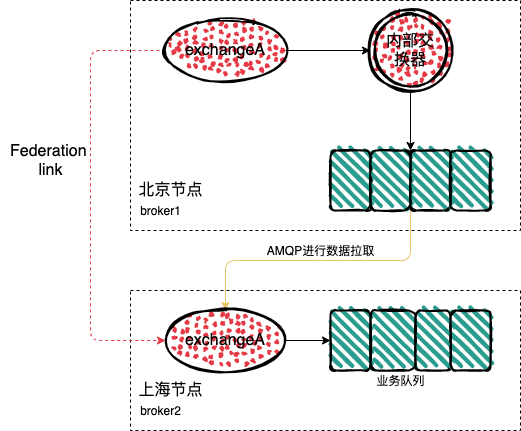
Above: img/mq-rabbitmq-federation-link.png in boilingfrog/Go-POINT (draw.io), before the change. Source tidied: cells renumbered, new cells last; positions are measured from the earlier drawing's top-left corner, leaving out a move shared by most shapes. The source it was exported from:
```xml
<mxGraphModel>
  <root>
    <mxCell id="0" />
    <mxCell id="1" parent="0" />
    <mxCell id="2" style="verticalLabelPosition=bottom;verticalAlign=top;html=1;shape=mxgraph.basic.rect;fillColor2=none;strokeWidth=1;size=20;indent=5;fillColor=none;dashed=1;" parent="1" vertex="1">
      <mxGeometry x="130" y="290" width="390" height="140" as="geometry" />
    </mxCell>
    <mxCell id="3" style="verticalLabelPosition=bottom;verticalAlign=top;html=1;shape=mxgraph.basic.rect;fillColor2=none;strokeWidth=1;size=20;indent=5;fillColor=none;dashed=1;" parent="1" vertex="1">
      <mxGeometry x="130" width="390" height="230" as="geometry" />
    </mxCell>
    <mxCell id="4" value="&lt;font style=&quot;font-size: 16px&quot;&gt;北京节点&lt;/font&gt;" style="text;html=1;align=center;verticalAlign=middle;strokeColor=none;" parent="1" vertex="1">
      <mxGeometry x="130" y="180" width="80" height="20" as="geometry" />
    </mxCell>
    <mxCell id="5" value="&lt;font style=&quot;font-size: 16px&quot;&gt;上海节点&lt;/font&gt;" style="text;html=1;align=center;verticalAlign=middle;strokeColor=none;" parent="1" vertex="1">
      <mxGeometry x="130" y="380" width="80" height="20" as="geometry" />
    </mxCell>
    <mxCell id="6" value="broker1" style="text;html=1;align=center;verticalAlign=middle;strokeColor=none;" parent="1" vertex="1">
      <mxGeometry x="130" y="200" width="60" height="20" as="geometry" />
    </mxCell>
    <mxCell id="7" style="edgeStyle=orthogonalEdgeStyle;html=1;startArrow=none;startFill=0;endArrow=classic;endFill=1;strokeWidth=1;" parent="1" edge="1" source="9" target="11">
      <mxGeometry relative="1" as="geometry" />
    </mxCell>
    <mxCell id="8" style="edgeStyle=orthogonalEdgeStyle;html=1;entryX=0;entryY=0.5;entryDx=0;entryDy=0;startArrow=none;startFill=0;endArrow=classic;endFill=1;strokeWidth=1;dashed=1;strokeColor=#E63946;" parent="1" edge="1" source="9" target="18">
      <mxGeometry relative="1" as="geometry">
        <Array as="points">
          <mxPoint x="90" y="50" />
          <mxPoint x="90" y="340" />
        </Array>
      </mxGeometry>
    </mxCell>
    <mxCell id="9" value="&lt;font style=&quot;font-size: 16px&quot;&gt;exchangeA&lt;/font&gt;" style="ellipse;whiteSpace=wrap;html=1;strokeWidth=2;fillWeight=2;hachureGap=8;fillStyle=dots;sketch=1;fillColor=#e63946;" parent="1" vertex="1">
      <mxGeometry x="165" y="20" width="120" height="60" as="geometry" />
    </mxCell>
    <mxCell id="10" style="edgeStyle=orthogonalEdgeStyle;html=1;entryX=0;entryY=0;entryDx=0;entryDy=0;startArrow=none;startFill=0;endArrow=classic;endFill=1;strokeWidth=1;" parent="1" edge="1" source="11" target="15">
      <mxGeometry relative="1" as="geometry" />
    </mxCell>
    <mxCell id="11" value="&lt;font style=&quot;font-size: 16px&quot;&gt;内部交&lt;br&gt;换器&lt;/font&gt;" style="ellipse;shape=doubleEllipse;whiteSpace=wrap;html=1;fillColor=#e63946;strokeWidth=2;sketch=1;fillWeight=2;hachureGap=8;fillStyle=dots;" parent="1" vertex="1">
      <mxGeometry x="370" y="10" width="80" height="80" as="geometry" />
    </mxCell>
    <mxCell id="12" style="rounded=1;whiteSpace=wrap;html=1;strokeWidth=2;fillWeight=4;hachureGap=8;hachureAngle=45;sketch=1;fillColor=#2A9D8F;" parent="1" vertex="1">
      <mxGeometry x="330" y="150" width="40" height="60" as="geometry" />
    </mxCell>
    <mxCell id="13" style="edgeStyle=orthogonalEdgeStyle;html=1;exitX=1;exitY=1;exitDx=0;exitDy=0;entryX=0.5;entryY=0;entryDx=0;entryDy=0;startArrow=none;startFill=0;endArrow=classic;endFill=1;strokeWidth=1;strokeColor=#E9C46A;" parent="1" edge="1" source="14" target="18">
      <mxGeometry relative="1" as="geometry" />
    </mxCell>
    <mxCell id="14" style="rounded=1;whiteSpace=wrap;html=1;strokeWidth=2;fillWeight=4;hachureGap=8;hachureAngle=45;sketch=1;fillColor=#2A9D8F;" parent="1" vertex="1">
      <mxGeometry x="370" y="150" width="40" height="60" as="geometry" />
    </mxCell>
    <mxCell id="15" style="rounded=1;whiteSpace=wrap;html=1;strokeWidth=2;fillWeight=4;hachureGap=8;hachureAngle=45;sketch=1;fillColor=#2A9D8F;" parent="1" vertex="1">
      <mxGeometry x="410" y="150" width="40" height="60" as="geometry" />
    </mxCell>
    <mxCell id="16" style="rounded=1;whiteSpace=wrap;html=1;strokeWidth=2;fillWeight=4;hachureGap=8;hachureAngle=45;sketch=1;fillColor=#2A9D8F;" parent="1" vertex="1">
      <mxGeometry x="450" y="150" width="40" height="60" as="geometry" />
    </mxCell>
    <mxCell id="17" style="edgeStyle=orthogonalEdgeStyle;html=1;startArrow=none;startFill=0;endArrow=classic;endFill=1;strokeWidth=1;" parent="1" edge="1" source="18" target="19">
      <mxGeometry relative="1" as="geometry" />
    </mxCell>
    <mxCell id="18" value="&lt;font style=&quot;font-size: 16px&quot;&gt;exchangeA&lt;/font&gt;" style="ellipse;whiteSpace=wrap;html=1;strokeWidth=2;fillWeight=2;hachureGap=8;fillStyle=dots;sketch=1;fillColor=#e63946;" parent="1" vertex="1">
      <mxGeometry x="165" y="310" width="120" height="60" as="geometry" />
    </mxCell>
    <mxCell id="19" style="rounded=1;whiteSpace=wrap;html=1;strokeWidth=2;fillWeight=4;hachureGap=8;hachureAngle=45;sketch=1;fillColor=#2A9D8F;" parent="1" vertex="1">
      <mxGeometry x="330" y="310" width="40" height="60" as="geometry" />
    </mxCell>
    <mxCell id="20" style="rounded=1;whiteSpace=wrap;html=1;strokeWidth=2;fillWeight=4;hachureGap=8;hachureAngle=45;sketch=1;fillColor=#2A9D8F;" parent="1" vertex="1">
      <mxGeometry x="370" y="310" width="45" height="60" as="geometry" />
    </mxCell>
    <mxCell id="21" style="rounded=1;whiteSpace=wrap;html=1;strokeWidth=2;fillWeight=4;hachureGap=8;hachureAngle=45;sketch=1;fillColor=#2A9D8F;" parent="1" vertex="1">
      <mxGeometry x="415" y="310" width="35" height="60" as="geometry" />
    </mxCell>
    <mxCell id="22" style="rounded=1;whiteSpace=wrap;html=1;strokeWidth=2;fillWeight=4;hachureGap=8;hachureAngle=45;sketch=1;fillColor=#2A9D8F;" parent="1" vertex="1">
      <mxGeometry x="450" y="310" width="40" height="60" as="geometry" />
    </mxCell>
    <mxCell id="23" value="broker2" style="text;html=1;align=center;verticalAlign=middle;strokeColor=none;" parent="1" vertex="1">
      <mxGeometry x="130" y="400" width="60" height="20" as="geometry" />
    </mxCell>
    <mxCell id="24" value="&lt;font style=&quot;font-size: 16px&quot;&gt;Federation&amp;nbsp;&lt;br&gt;link&lt;/font&gt;" style="text;html=1;align=center;verticalAlign=middle;strokeColor=none;" parent="1" vertex="1">
      <mxGeometry y="140" width="100" height="40" as="geometry" />
    </mxCell>
    <mxCell id="25" value="业务队列" style="text;html=1;align=center;verticalAlign=middle;strokeColor=none;" parent="1" vertex="1">
      <mxGeometry x="370" y="370" width="60" height="20" as="geometry" />
    </mxCell>
    <mxCell id="26" value="AMQP进行数据拉取" style="text;html=1;align=center;verticalAlign=middle;strokeColor=none;" parent="1" vertex="1">
      <mxGeometry x="260" y="240" width="120" height="20" as="geometry" />
    </mxCell>
  </root>
</mxGraphModel>
```
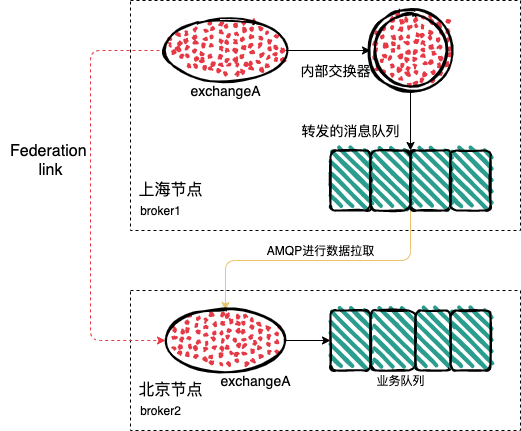
After the change.

Commit message:
RabbitMQ中的分布式

What changed in the source:
```diff
@@ -8,10 +8,10 @@
     <mxCell id="3" style="verticalLabelPosition=bottom;verticalAlign=top;html=1;shape=mxgraph.basic.rect;fillColor2=none;strokeWidth=1;size=20;indent=5;fillColor=none;dashed=1;" parent="1" vertex="1">
       <mxGeometry x="130" width="390" height="230" as="geometry" />
     </mxCell>
-    <mxCell id="4" value="&lt;font style=&quot;font-size: 16px&quot;&gt;北京节点&lt;/font&gt;" style="text;html=1;align=center;verticalAlign=middle;strokeColor=none;" parent="1" vertex="1">
+    <mxCell id="4" value="&lt;font style=&quot;font-size: 16px&quot;&gt;上海节点&lt;/font&gt;" style="text;html=1;align=center;verticalAlign=middle;strokeColor=none;" parent="1" vertex="1">
       <mxGeometry x="130" y="180" width="80" height="20" as="geometry" />
     </mxCell>
-    <mxCell id="5" value="&lt;font style=&quot;font-size: 16px&quot;&gt;上海节点&lt;/font&gt;" style="text;html=1;align=center;verticalAlign=middle;strokeColor=none;" parent="1" vertex="1">
+    <mxCell id="5" value="&lt;font style=&quot;font-size: 16px&quot;&gt;北京节点&lt;/font&gt;" style="text;html=1;align=center;verticalAlign=middle;strokeColor=none;" parent="1" vertex="1">
       <mxGeometry x="130" y="380" width="80" height="20" as="geometry" />
     </mxCell>
     <mxCell id="6" value="broker1" style="text;html=1;align=center;verticalAlign=middle;strokeColor=none;" parent="1" vertex="1">
@@ -28,13 +28,13 @@
         </Array>
       </mxGeometry>
     </mxCell>
-    <mxCell id="9" value="&lt;font style=&quot;font-size: 16px&quot;&gt;exchangeA&lt;/font&gt;" style="ellipse;whiteSpace=wrap;html=1;strokeWidth=2;fillWeight=2;hachureGap=8;fillStyle=dots;sketch=1;fillColor=#e63946;" parent="1" vertex="1">
+    <mxCell id="9" style="ellipse;whiteSpace=wrap;html=1;strokeWidth=2;fillWeight=2;hachureGap=8;fillStyle=dots;sketch=1;fillColor=#e63946;" parent="1" vertex="1">
       <mxGeometry x="165" y="20" width="120" height="60" as="geometry" />
     </mxCell>
     <mxCell id="10" style="edgeStyle=orthogonalEdgeStyle;html=1;entryX=0;entryY=0;entryDx=0;entryDy=0;startArrow=none;startFill=0;endArrow=classic;endFill=1;strokeWidth=1;" parent="1" edge="1" source="11" target="15">
       <mxGeometry relative="1" as="geometry" />
     </mxCell>
-    <mxCell id="11" value="&lt;font style=&quot;font-size: 16px&quot;&gt;内部交&lt;br&gt;换器&lt;/font&gt;" style="ellipse;shape=doubleEllipse;whiteSpace=wrap;html=1;fillColor=#e63946;strokeWidth=2;sketch=1;fillWeight=2;hachureGap=8;fillStyle=dots;" parent="1" vertex="1">
+    <mxCell id="11" style="ellipse;shape=doubleEllipse;whiteSpace=wrap;html=1;fillColor=#e63946;strokeWidth=2;sketch=1;fillWeight=2;hachureGap=8;fillStyle=dots;" parent="1" vertex="1">
       <mxGeometry x="370" y="10" width="80" height="80" as="geometry" />
     </mxCell>
     <mxCell id="12" style="rounded=1;whiteSpace=wrap;html=1;strokeWidth=2;fillWeight=4;hachureGap=8;hachureAngle=45;sketch=1;fillColor=#2A9D8F;" parent="1" vertex="1">
@@ -55,7 +55,7 @@
     <mxCell id="17" style="edgeStyle=orthogonalEdgeStyle;html=1;startArrow=none;startFill=0;endArrow=classic;endFill=1;strokeWidth=1;" parent="1" edge="1" source="18" target="19">
       <mxGeometry relative="1" as="geometry" />
     </mxCell>
-    <mxCell id="18" value="&lt;font style=&quot;font-size: 16px&quot;&gt;exchangeA&lt;/font&gt;" style="ellipse;whiteSpace=wrap;html=1;strokeWidth=2;fillWeight=2;hachureGap=8;fillStyle=dots;sketch=1;fillColor=#e63946;" parent="1" vertex="1">
+    <mxCell id="18" style="ellipse;whiteSpace=wrap;html=1;strokeWidth=2;fillWeight=2;hachureGap=8;fillStyle=dots;sketch=1;fillColor=#e63946;" parent="1" vertex="1">
       <mxGeometry x="165" y="310" width="120" height="60" as="geometry" />
     </mxCell>
     <mxCell id="19" style="rounded=1;whiteSpace=wrap;html=1;strokeWidth=2;fillWeight=4;hachureGap=8;hachureAngle=45;sketch=1;fillColor=#2A9D8F;" parent="1" vertex="1">
@@ -82,5 +82,17 @@
     <mxCell id="26" value="AMQP进行数据拉取" style="text;html=1;align=center;verticalAlign=middle;strokeColor=none;" parent="1" vertex="1">
       <mxGeometry x="260" y="240" width="120" height="20" as="geometry" />
     </mxCell>
+    <mxCell id="27" value="&lt;font style=&quot;font-size: 14px&quot;&gt;exchangeA&lt;/font&gt;" style="text;html=1;align=center;verticalAlign=middle;strokeColor=none;" parent="1" vertex="1">
+      <mxGeometry x="180" y="80" width="90" height="20" as="geometry" />
+    </mxCell>
+    <mxCell id="28" value="&lt;span style=&quot;font-size: 14px&quot;&gt;内部交换器&lt;/span&gt;" style="text;html=1;align=center;verticalAlign=middle;strokeColor=none;" parent="1" vertex="1">
+      <mxGeometry x="290" y="60" width="90" height="20" as="geometry" />
+    </mxCell>
+    <mxCell id="29" value="&lt;font style=&quot;font-size: 14px&quot;&gt;exchangeA&lt;/font&gt;" style="text;html=1;align=center;verticalAlign=middle;strokeColor=none;" parent="1" vertex="1">
+      <mxGeometry x="210" y="370" width="90" height="20" as="geometry" />
+    </mxCell>
+    <mxCell id="30" value="&lt;span style=&quot;font-size: 14px&quot;&gt;转发的消息队列&lt;/span&gt;" style="text;html=1;align=center;verticalAlign=middle;strokeColor=none;" parent="1" vertex="1">
+      <mxGeometry x="295" y="120" width="110" height="20" as="geometry" />
+    </mxCell>
   </root>
 </mxGraphModel>
```
